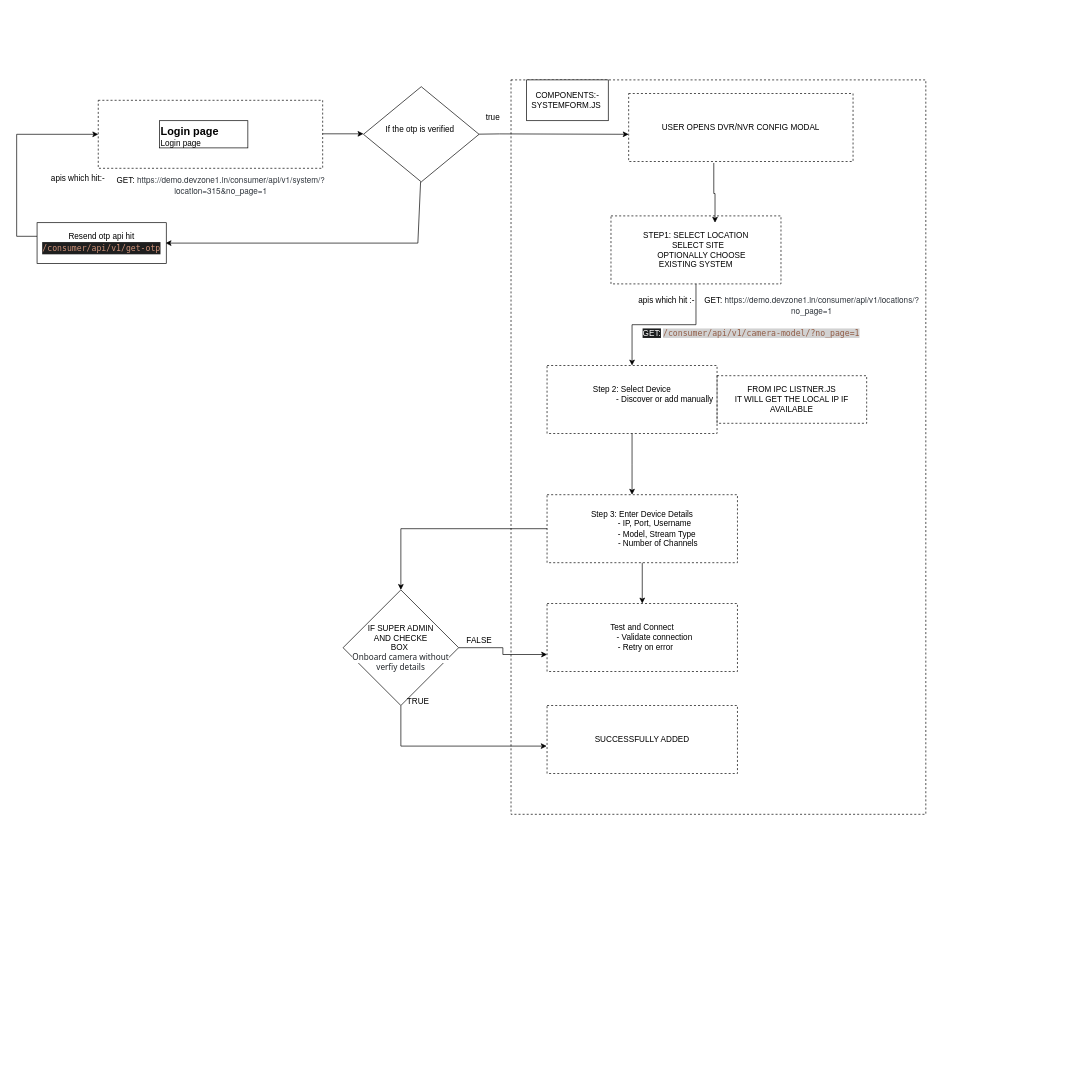
Before: page "Page-5" (5 of 5) of Untitled Diagram.drawio in VishalJx/Draw.io, a draw.io diagram. Source tidied: cells renumbered, new cells numbered last; positions are measured from the earlier drawing's top-left corner, leaving out a move shared by most shapes. Both pictures are drawn from the tidied source at 68%, with x=0, y=0 at pixel (16, 80).
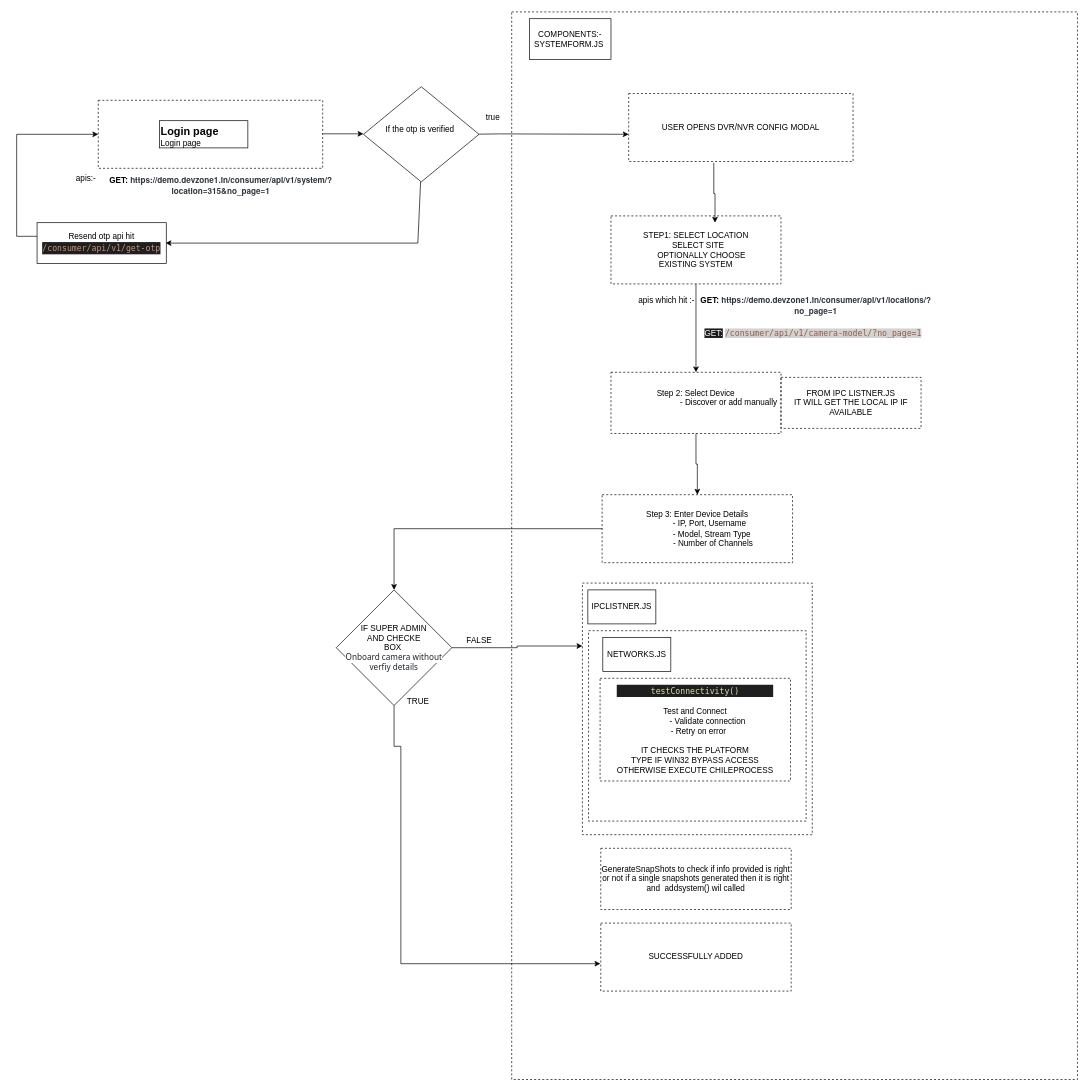
The same page after the edit.

Change to the diagram source:
```diff
@@
+    <mxCell id="36" style="rounded=0;whiteSpace=wrap;html=1;fillColor=none;dashed=1;" parent="1" vertex="1">
+      <mxGeometry x="841" y="810" width="320" height="280" as="geometry" />
+    </mxCell>
     <mxCell id="2" style="rounded=0;whiteSpace=wrap;html=1;dashed=1;fillColor=none;" parent="1" vertex="1">
-      <mxGeometry x="727" width="610" height="1080" as="geometry" />
+      <mxGeometry x="728" y="-100" width="832" height="1570" as="geometry" />
     </mxCell>
+    <mxCell id="37" style="rounded=0;whiteSpace=wrap;html=1;fillColor=none;dashed=1;" parent="1" vertex="1">
+      <mxGeometry x="832" y="740" width="338" height="370" as="geometry" />
+    </mxCell>
@@
-    <mxCell id="10" value="GET:&lt;b style=&quot;color: rgb(47, 53, 60); font-family: &amp;quot;Helvetica Neue&amp;quot;; text-align: start; text-indent: -36px; -webkit-text-stroke-color: rgb(47, 53, 60); text-wrap-mode: wrap; background-color: transparent;&quot;&gt;&amp;nbsp;&lt;/b&gt;&lt;span style=&quot;color: rgb(47, 53, 60); font-family: &amp;quot;Helvetica Neue&amp;quot;; text-align: start; text-indent: -36px; -webkit-text-stroke-color: rgb(47, 53, 60); text-wrap-mode: wrap; background-color: transparent;&quot;&gt;https://demo.devzone1.in/consumer/api/v1/system/?location=315&amp;amp;no_page=1&lt;/span&gt;" style="text;html=1;align=center;verticalAlign=middle;strokeColor=none;fillColor=none;" parent="1" vertex="1">
-      <mxGeometry x="60" y="140" width="480" height="30" as="geometry" />
+    <mxCell id="10" value="&lt;b&gt;GET:&lt;span style=&quot;color: rgb(47, 53, 60); font-family: &amp;quot;Helvetica Neue&amp;quot;; text-align: start; text-indent: -36px; -webkit-text-stroke-color: rgb(47, 53, 60); text-wrap-mode: wrap; background-color: transparent;&quot;&gt;&amp;nbsp;&lt;/span&gt;&lt;span style=&quot;color: rgb(47, 53, 60); font-family: &amp;quot;Helvetica Neue&amp;quot;; text-align: start; text-indent: -36px; -webkit-text-stroke-color: rgb(47, 53, 60); text-wrap-mode: wrap; background-color: transparent;&quot;&gt;https://demo.devzone1.in/consumer/api/v1/system/?location=315&amp;amp;no_page=1&lt;/span&gt;&lt;/b&gt;" style="text;html=1;align=center;verticalAlign=middle;strokeColor=none;fillColor=none;" parent="1" vertex="1">
+      <mxGeometry x="50" y="140" width="500" height="30" as="geometry" />
     </mxCell>
-    <mxCell id="11" value="apis which hit:-" style="text;html=1;align=center;verticalAlign=middle;strokeColor=none;fillColor=none;" parent="1" vertex="1">
-      <mxGeometry x="40" y="130" width="100" height="30" as="geometry" />
+    <mxCell id="11" value="&amp;nbsp; &amp;nbsp; &amp;nbsp; &amp;nbsp; apis:-&amp;nbsp;" style="text;html=1;align=center;verticalAlign=middle;strokeColor=none;fillColor=none;" parent="1" vertex="1">
+      <mxGeometry x="50" y="130" width="80" height="30" as="geometry" />
     </mxCell>
@@
-    <mxCell id="19" value="GET:&lt;b style=&quot;-webkit-text-stroke-color: rgb(47, 53, 60); text-wrap-mode: wrap; background-color: transparent; color: rgb(47, 53, 60); font-family: &amp;quot;Helvetica Neue&amp;quot;; text-align: start; text-indent: -36px;&quot;&gt;&amp;nbsp;&lt;/b&gt;&lt;span style=&quot;-webkit-text-stroke-color: rgb(47, 53, 60); text-wrap-mode: wrap; background-color: transparent; color: rgb(47, 53, 60); font-family: &amp;quot;Helvetica Neue&amp;quot;; text-align: start; text-indent: -36px;&quot;&gt;https://demo.devzone1.in/consumer/api/v1/locations/?no_page=1&lt;/span&gt;" style="text;html=1;align=center;verticalAlign=middle;strokeColor=none;fillColor=none;" parent="1" vertex="1">
-      <mxGeometry x="964" y="317" width="410" height="30" as="geometry" />
+    <mxCell id="19" value="&lt;b&gt;GET:&lt;span style=&quot;-webkit-text-stroke-color: rgb(47, 53, 60); text-wrap-mode: wrap; background-color: transparent; color: rgb(47, 53, 60); font-family: &amp;quot;Helvetica Neue&amp;quot;; text-align: start; text-indent: -36px;&quot;&gt;&amp;nbsp;&lt;/span&gt;&lt;span style=&quot;-webkit-text-stroke-color: rgb(47, 53, 60); text-wrap-mode: wrap; background-color: transparent; color: rgb(47, 53, 60); font-family: &amp;quot;Helvetica Neue&amp;quot;; text-align: start; text-indent: -36px;&quot;&gt;https://demo.devzone1.in/consumer/api/v1/locations/?no_page=1&lt;/span&gt;&lt;/b&gt;" style="text;html=1;align=center;verticalAlign=middle;strokeColor=none;fillColor=none;" parent="1" vertex="1">
+      <mxGeometry x="960" y="317" width="430" height="30" as="geometry" />
     </mxCell>
-    <mxCell id="20" style="edgeStyle=orthogonalEdgeStyle;rounded=0;jettySize=auto;html=1;" parent="1" edge="1" source="21">
-      <mxGeometry relative="1" as="geometry">
-        <mxPoint x="905" y="610" as="targetPoint" />
-      </mxGeometry>
-    </mxCell>
+    <mxCell id="38" style="edgeStyle=orthogonalEdgeStyle;rounded=0;jettySize=auto;html=1;entryX=0.5;entryY=0;entryDx=0;entryDy=0;" parent="1" edge="1" source="21" target="27">
+      <mxGeometry relative="1" as="geometry" />
+    </mxCell>
     <mxCell id="21" value="Step 2: Select Device&lt;div&gt;&amp;nbsp; &amp;nbsp; &amp;nbsp; &amp;nbsp; &amp;nbsp; &amp;nbsp; &amp;nbsp; &amp;nbsp; &amp;nbsp; &amp;nbsp; &amp;nbsp; &amp;nbsp; &amp;nbsp; &amp;nbsp; &amp;nbsp;- Discover or add manually&lt;br&gt;&lt;br&gt;&lt;/div&gt;" style="rounded=0;whiteSpace=wrap;html=1;fillColor=none;dashed=1;" parent="1" vertex="1">
-      <mxGeometry x="780" y="420" width="250" height="100" as="geometry" />
+      <mxGeometry x="874" y="430" width="250" height="90" as="geometry" />
     </mxCell>
@@
     <mxCell id="23" value="&lt;span style=&quot;color: rgb(255, 255, 255); font-family: Helvetica; font-size: 12px; font-style: normal; font-variant-ligatures: normal; font-variant-caps: normal; font-weight: 400; letter-spacing: normal; orphans: 2; text-align: center; text-indent: 0px; text-transform: none; widows: 2; word-spacing: 0px; -webkit-text-stroke-width: 0px; white-space: nowrap; background-color: rgb(27, 29, 30); text-decoration-thickness: initial; text-decoration-style: initial; text-decoration-color: initial; float: none; display: inline !important;&quot;&gt;GET:&lt;/span&gt;&lt;b style=&quot;forced-color-adjust: none; font-size: 12px; font-style: normal; font-variant-ligatures: normal; font-variant-caps: normal; letter-spacing: normal; orphans: 2; text-transform: none; widows: 2; word-spacing: 0px; -webkit-text-stroke: 0px rgb(47, 53, 60); white-space: normal; background-color: transparent; text-decoration-thickness: initial; text-decoration-style: initial; text-decoration-color: initial; color: rgb(47, 53, 60); font-family: &amp;quot;Helvetica Neue&amp;quot;; text-align: start; text-indent: -36px; box-shadow: none !important;&quot;&gt;&amp;nbsp;&lt;/b&gt;&lt;span style=&quot;color: rgb(145, 93, 71); font-family: Menlo, Monaco, &amp;quot;Courier New&amp;quot;, monospace; white-space: pre; background-color: rgb(210, 210, 210);&quot;&gt;/consumer/api/v1/camera-model/?no_page=1&lt;/span&gt;" style="text;whiteSpace=wrap;html=1;" parent="1" vertex="1">
-      <mxGeometry x="919" y="358" width="420" height="40" as="geometry" />
+      <mxGeometry x="1010" y="358" width="420" height="40" as="geometry" />
     </mxCell>
     <mxCell id="24" value="&lt;div&gt;FROM IPC LISTNER.JS&lt;br&gt;IT WILL GET THE LOCAL IP IF AVAILABLE&lt;/div&gt;" style="rounded=0;whiteSpace=wrap;html=1;fillColor=none;dashed=1;" parent="1" vertex="1">
-      <mxGeometry x="1030" y="435" width="220" height="70" as="geometry" />
+      <mxGeometry x="1124" y="437.5" width="206" height="75" as="geometry" />
     </mxCell>
-    <mxCell id="25" style="edgeStyle=orthogonalEdgeStyle;rounded=0;jettySize=auto;html=1;exitX=0.5;exitY=1;exitDx=0;exitDy=0;entryX=0.5;entryY=0;entryDx=0;entryDy=0;" parent="1" edge="1" source="27" target="28">
-      <mxGeometry relative="1" as="geometry" />
-    </mxCell>
@@
     <mxCell id="27" value="&lt;div&gt;Step 3: Enter Device Details&lt;/div&gt;&lt;div&gt;&amp;nbsp; &amp;nbsp; &amp;nbsp; &amp;nbsp; &amp;nbsp; &amp;nbsp;- IP, Port, Username&lt;/div&gt;&lt;div&gt;&amp;nbsp; &amp;nbsp; &amp;nbsp; &amp;nbsp; &amp;nbsp; &amp;nbsp; &amp;nbsp;- Model, Stream Type&lt;/div&gt;&lt;div&gt;&amp;nbsp; &amp;nbsp; &amp;nbsp; &amp;nbsp; &amp;nbsp; &amp;nbsp; &amp;nbsp; - Number of Channels&lt;/div&gt;" style="rounded=0;whiteSpace=wrap;html=1;fillColor=none;dashed=1;" parent="1" vertex="1">
-      <mxGeometry x="780" y="610" width="280" height="100" as="geometry" />
+      <mxGeometry x="861" y="610" width="280" height="100" as="geometry" />
     </mxCell>
-    <mxCell id="28" value="Test and Connect&lt;br&gt;&amp;nbsp; &amp;nbsp; &amp;nbsp; &amp;nbsp; &amp;nbsp; &amp;nbsp;- Validate connection&lt;br&gt;&amp;nbsp; &amp;nbsp;- Retry on error" style="rounded=0;whiteSpace=wrap;html=1;fillColor=none;dashed=1;" parent="1" vertex="1">
-      <mxGeometry x="780" y="770" width="280" height="100" as="geometry" />
+    <mxCell id="28" value="&lt;div style=&quot;color: rgb(204, 204, 204); background-color: rgb(31, 31, 31); font-family: Menlo, Monaco, &amp;quot;Courier New&amp;quot;, monospace; line-height: 18px; white-space: pre;&quot;&gt;&lt;span style=&quot;color: rgb(220, 220, 170);&quot;&gt;testConnectivity()&lt;/span&gt;&lt;/div&gt;&lt;br&gt;Test and Connect&lt;br&gt;&amp;nbsp; &amp;nbsp; &amp;nbsp; &amp;nbsp; &amp;nbsp; &amp;nbsp;- Validate connection&lt;br&gt;&amp;nbsp; &amp;nbsp;- Retry on error&lt;br&gt;&lt;br&gt;IT CHECKS THE PLATFORM&lt;div&gt;TYPE IF WIN32 BYPASS ACCESS&lt;br&gt;OTHERWISE EXECUTE CHILEPROCESS&lt;/div&gt;" style="rounded=0;whiteSpace=wrap;html=1;fillColor=none;dashed=1;" parent="1" vertex="1">
+      <mxGeometry x="858" y="880" width="280" height="151" as="geometry" />
     </mxCell>
     <mxCell id="29" value="SUCCESSFULLY ADDED" style="rounded=0;whiteSpace=wrap;html=1;fillColor=none;dashed=1;" parent="1" vertex="1">
-      <mxGeometry x="780" y="920" width="280" height="100" as="geometry" />
+      <mxGeometry x="859" y="1240" width="280" height="100" as="geometry" />
     </mxCell>
@@
-    <mxCell id="31" style="edgeStyle=orthogonalEdgeStyle;rounded=0;jettySize=auto;html=1;exitX=1;exitY=0.5;exitDx=0;exitDy=0;entryX=0;entryY=0.75;entryDx=0;entryDy=0;" parent="1" edge="1" source="32" target="28">
+    <mxCell id="31" style="edgeStyle=orthogonalEdgeStyle;rounded=0;jettySize=auto;html=1;exitX=1;exitY=0.5;exitDx=0;exitDy=0;entryX=0;entryY=0.25;entryDx=0;entryDy=0;" parent="1" edge="1" source="32" target="37">
       <mxGeometry relative="1" as="geometry" />
     </mxCell>
     <mxCell id="32" value="IF SUPER ADMIN&lt;br&gt;AND CHECKE&lt;br&gt;BOX&amp;nbsp;&lt;br&gt;&lt;span style=&quot;color: rgb(33, 37, 41); font-family: system-ui; text-align: start; background-color: rgb(255, 255, 255);&quot;&gt;Onboard camera without verfiy details&lt;/span&gt;" style="rhombus;whiteSpace=wrap;html=1;strokeColor=default;align=center;verticalAlign=middle;fontFamily=Helvetica;fontSize=12;fontColor=default;fillColor=default;" parent="1" vertex="1">
-      <mxGeometry x="480" y="750" width="170" height="170" as="geometry" />
+      <mxGeometry x="470" y="750" width="170" height="170" as="geometry" />
     </mxCell>
@@
     <mxCell id="35" value="COMPONENTS:-SYSTEMFORM.JS&amp;nbsp;" style="rounded=0;whiteSpace=wrap;html=1;" parent="1" vertex="1">
-      <mxGeometry x="750" width="120" height="60" as="geometry" />
+      <mxGeometry x="754" y="-90" width="120" height="60" as="geometry" />
     </mxCell>
+    <mxCell id="39" value="GenerateSnapShots to check if info provided is right or not if a single snapshots generated then it is right and&amp;nbsp; addsystem() wil called" style="rounded=0;whiteSpace=wrap;html=1;fillColor=none;dashed=1;" parent="1" vertex="1">
+      <mxGeometry x="859" y="1130" width="280" height="90" as="geometry" />
+    </mxCell>
+    <mxCell id="40" value="IPCLISTNER.JS" style="rounded=0;whiteSpace=wrap;html=1;" parent="1" vertex="1">
+      <mxGeometry x="840" y="750" width="100" height="50" as="geometry" />
+    </mxCell>
+    <mxCell id="41" value="NETWORKS.JS" style="rounded=0;whiteSpace=wrap;html=1;" parent="1" vertex="1">
+      <mxGeometry x="862" y="820" width="100" height="50" as="geometry" />
+    </mxCell>
```
